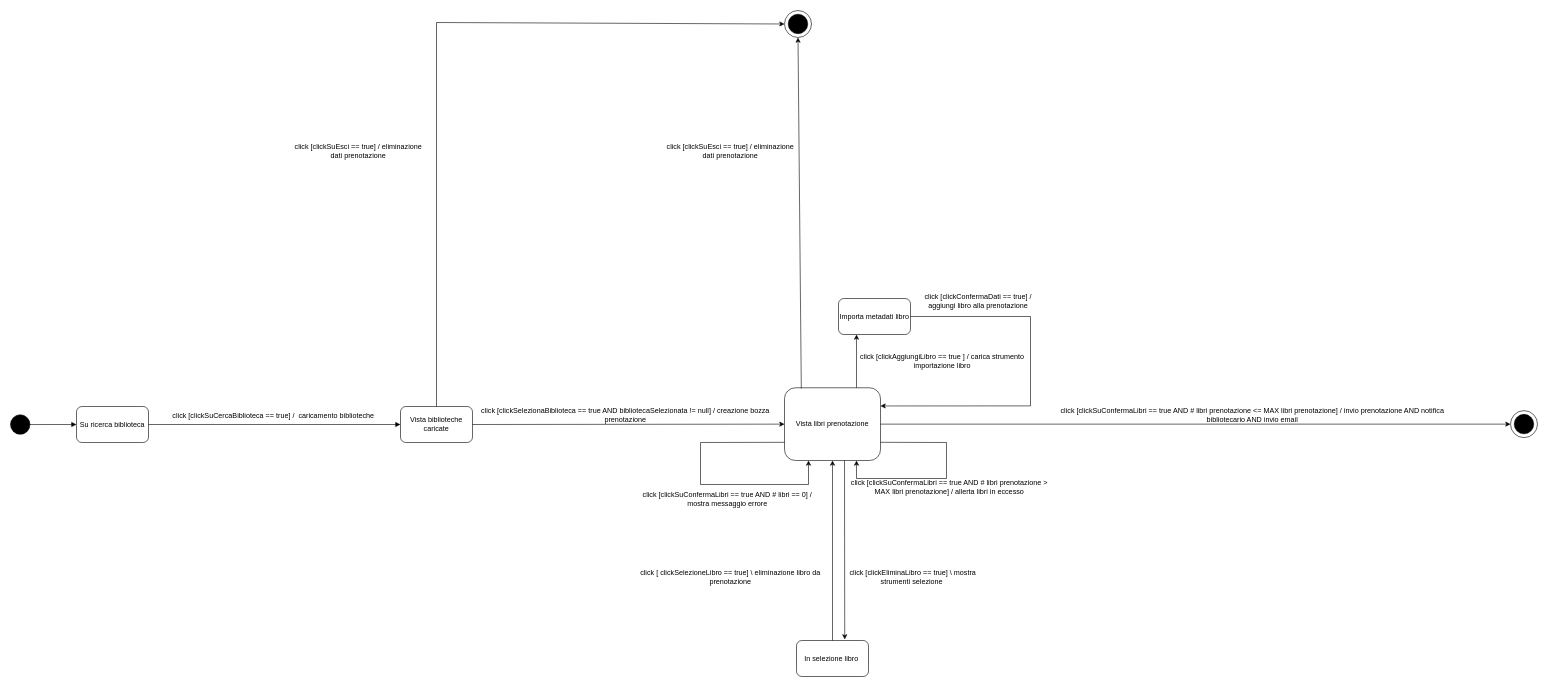
Before: page "seconda versione" (2 of 4) of Elaborati Progettazione/Prenota Libro/Diagramma a stati/Prenota libro - stati.drawio in Tom-n7/progettoMurakami, a draw.io diagram. Source tidied: cells renumbered, new cells numbered last; positions are measured from the earlier drawing's top-left corner, leaving out a move shared by most shapes. Both pictures are drawn from the tidied source at 60%, with x=0, y=0 at pixel (10, 10).
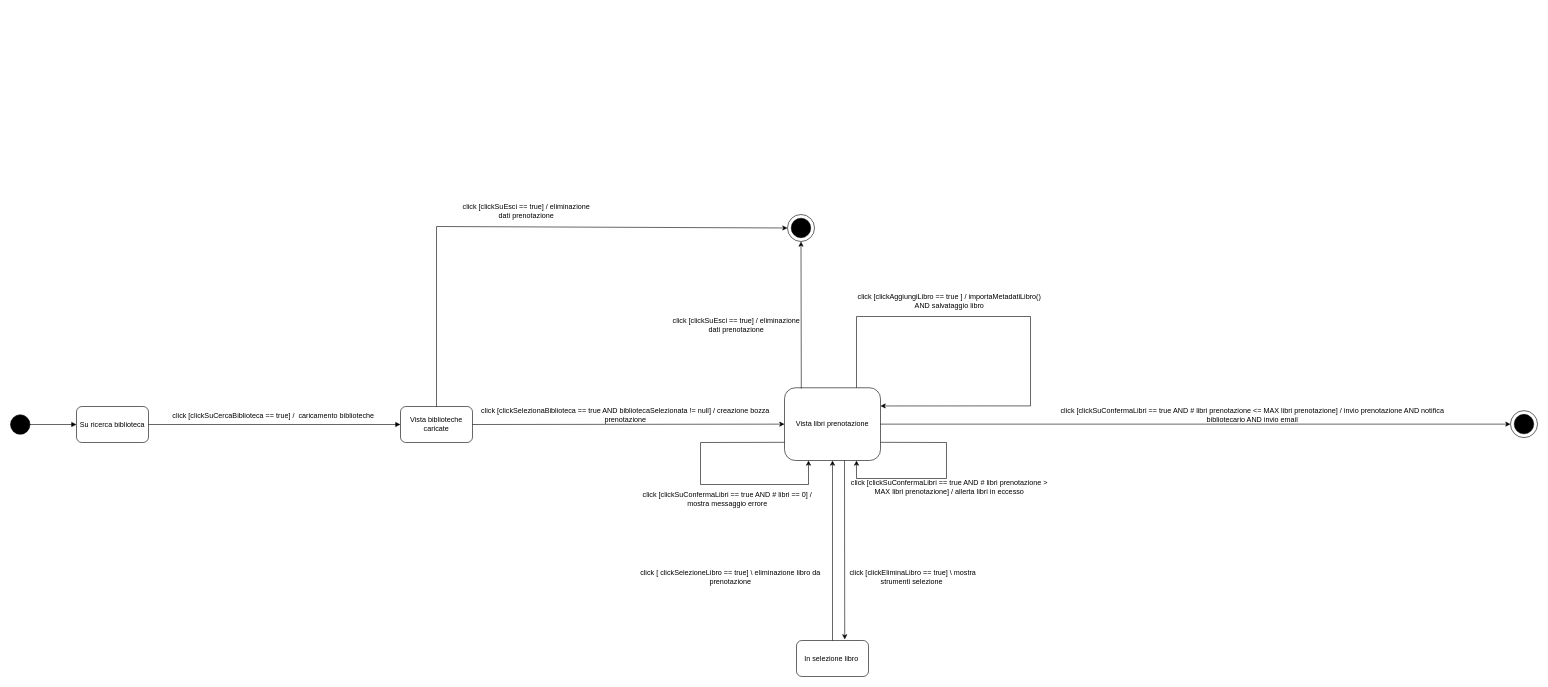
The same diagram, later.

Commit message (it also covers changes not shown here):
Rifatto state machine diagram.

Unchanged cells that the change refers to:
```xml
<mxCell id="7" value="Vista libri prenotazione" style="rounded=1;whiteSpace=wrap;html=1;" parent="1" vertex="1">
  <mxGeometry x="1290" y="628.8" width="160" height="121.2" as="geometry" />
</mxCell>
<mxCell id="25" value="Vista biblioteche caricate" style="rounded=1;whiteSpace=wrap;html=1;" parent="1" vertex="1">
  <mxGeometry x="650" y="660" width="120" height="60" as="geometry" />
</mxCell>
```

Change to the diagram source:
```diff
@@
-    <mxCell id="8" value="click [clickAggiungiLibro == true ] / carica strumento importazione libro" style="text;html=1;strokeColor=none;fillColor=none;align=center;verticalAlign=middle;whiteSpace=wrap;rounded=0;" parent="1" vertex="1">
-      <mxGeometry x="1390" y="570" width="326.2" height="30" as="geometry" />
+    <mxCell id="8" value="click [clickAggiungiLibro == true ] / importaMetadatiLibro() AND salvataggio libro" style="text;html=1;strokeColor=none;fillColor=none;align=center;verticalAlign=middle;whiteSpace=wrap;rounded=0;" parent="1" vertex="1">
+      <mxGeometry x="1401.9" y="470" width="326.2" height="30" as="geometry" />
     </mxCell>
-    <mxCell id="9" style="endArrow=classic;html=1;rounded=0;entryX=0.25;entryY=1;entryDx=0;entryDy=0;exitX=0.75;exitY=0;exitDx=0;exitDy=0;" parent="1" edge="1" source="7" target="30">
-      <mxGeometry relative="1" as="geometry" />
-    </mxCell>
@@
     <mxCell id="15" style="ellipse;whiteSpace=wrap;html=1;" parent="1" vertex="1">
-      <mxGeometry x="1290" width="45" height="45" as="geometry" />
+      <mxGeometry x="1295" y="340" width="45" height="45" as="geometry" />
     </mxCell>
     <mxCell id="16" style="ellipse;whiteSpace=wrap;html=1;fillColor=#000000;" parent="1" vertex="1">
-      <mxGeometry x="1296.2" y="6.2" width="32.5" height="32.5" as="geometry" />
+      <mxGeometry x="1301.2" y="346.2" width="32.5" height="32.5" as="geometry" />
     </mxCell>
@@
-    <mxCell id="21" value="click [clickConfermaDati == true] / aggiungi libro alla prenotazione" style="text;html=1;strokeColor=none;fillColor=none;align=center;verticalAlign=middle;whiteSpace=wrap;rounded=0;" parent="1" vertex="1">
-      <mxGeometry x="1503" y="470" width="220" height="30" as="geometry" />
-    </mxCell>
@@
     <mxCell id="27" value="click [clickSuEsci == true] / eliminazione dati prenotazione" style="text;html=1;strokeColor=none;fillColor=none;align=center;verticalAlign=middle;whiteSpace=wrap;rounded=0;" parent="1" vertex="1">
-      <mxGeometry x="1090" y="220" width="220" height="30" as="geometry" />
+      <mxGeometry x="1100" y="510" width="220" height="30" as="geometry" />
     </mxCell>
@@
-    <mxCell id="30" value="Importa metadati libro" style="rounded=1;whiteSpace=wrap;html=1;" parent="1" vertex="1">
-      <mxGeometry x="1380" y="480" width="120" height="60" as="geometry" />
-    </mxCell>
-    <mxCell id="31" style="endArrow=classic;html=1;rounded=0;entryX=1;entryY=0.25;entryDx=0;entryDy=0;exitX=1;exitY=0.5;exitDx=0;exitDy=0;" parent="1" edge="1" source="30" target="7">
+    <mxCell id="31" style="endArrow=classic;html=1;rounded=0;entryX=1;entryY=0.25;entryDx=0;entryDy=0;exitX=0.75;exitY=0;exitDx=0;exitDy=0;" parent="1" edge="1" source="7" target="7">
       <mxGeometry relative="1" as="geometry">
         <Array as="points">
+          <mxPoint x="1410" y="510" />
           <mxPoint x="1700" y="510" />
           <mxPoint x="1700" y="659" />
         </Array>
       </mxGeometry>
     </mxCell>
@@
     <mxCell id="33" style="endArrow=classic;html=1;rounded=0;entryX=0;entryY=0.5;entryDx=0;entryDy=0;exitX=0.5;exitY=0;exitDx=0;exitDy=0;" parent="1" edge="1" source="25" target="15">
       <mxGeometry relative="1" as="geometry">
         <Array as="points">
-          <mxPoint x="710" y="20" />
+          <mxPoint x="710" y="360" />
         </Array>
       </mxGeometry>
     </mxCell>
     <mxCell id="34" value="click [clickSuEsci == true] / eliminazione dati prenotazione" style="text;html=1;strokeColor=none;fillColor=none;align=center;verticalAlign=middle;whiteSpace=wrap;rounded=0;" parent="1" vertex="1">
-      <mxGeometry x="470" y="220" width="220" height="30" as="geometry" />
+      <mxGeometry x="750" y="320" width="220" height="30" as="geometry" />
     </mxCell>
```
